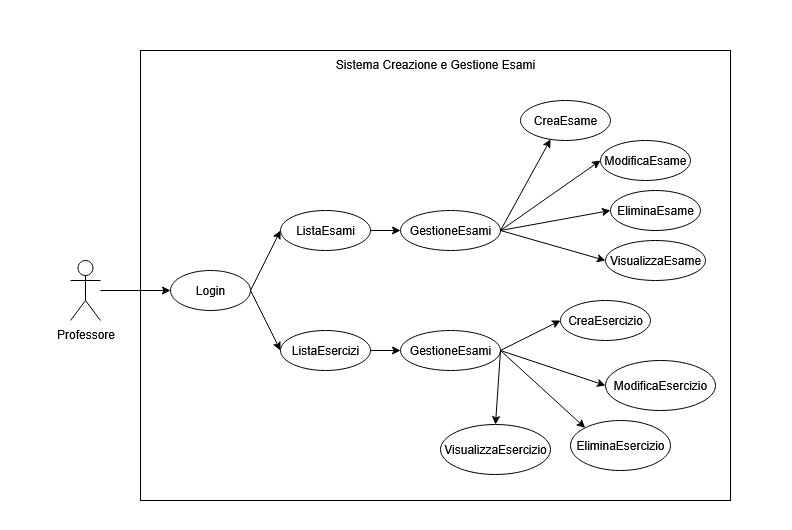
Above: Documentazione/Diagrammi/Diagramma dei casi d'uso/Diagramma_Casi_D'uso.drawio.png in MarcoFrontini/Progetto_IdS_2024-2025 (draw.io), before the change. Source tidied: cells renumbered, new cells last; positions are measured from the earlier drawing's top-left corner, leaving out a move shared by most shapes. The source it was exported from:
```xml
<mxGraphModel>
  <root>
    <mxCell id="0" />
    <mxCell id="1" parent="0" />
    <mxCell id="2" style="rounded=0;whiteSpace=wrap;html=1;strokeColor=none;" parent="1" vertex="1">
      <mxGeometry width="792" height="530" as="geometry" />
    </mxCell>
    <mxCell id="3" value="Sistema Creazione e Gestione Esami" style="rounded=0;whiteSpace=wrap;html=1;verticalAlign=top;" parent="1" vertex="1">
      <mxGeometry x="140" y="50" width="590" height="450" as="geometry" />
    </mxCell>
    <mxCell id="4" style="edgeStyle=orthogonalEdgeStyle;rounded=0;jettySize=auto;html=1;" parent="1" edge="1" source="5" target="6">
      <mxGeometry relative="1" as="geometry" />
    </mxCell>
    <mxCell id="5" value="Professore" style="shape=umlActor;verticalLabelPosition=bottom;verticalAlign=top;html=1;outlineConnect=0;" parent="1" vertex="1">
      <mxGeometry x="70" y="260" width="30" height="60" as="geometry" />
    </mxCell>
    <mxCell id="6" value="&lt;div align=&quot;center&quot;&gt;Login&lt;/div&gt;" style="ellipse;whiteSpace=wrap;html=1;verticalAlign=middle;align=center;" parent="1" vertex="1">
      <mxGeometry x="170" y="270" width="80" height="40" as="geometry" />
    </mxCell>
    <mxCell id="7" value="ListaEsami" style="ellipse;whiteSpace=wrap;html=1;" parent="1" vertex="1">
      <mxGeometry x="280" y="210" width="90" height="40" as="geometry" />
    </mxCell>
    <mxCell id="8" style="endArrow=classic;html=1;rounded=0;entryX=0;entryY=0.5;entryDx=0;entryDy=0;exitX=1;exitY=0.5;exitDx=0;exitDy=0;" parent="1" edge="1" source="6" target="7">
      <mxGeometry relative="1" as="geometry" />
    </mxCell>
    <mxCell id="9" style="endArrow=classic;html=1;rounded=0;entryX=0;entryY=0.5;entryDx=0;entryDy=0;exitX=1;exitY=0.5;exitDx=0;exitDy=0;" parent="1" edge="1" source="6" target="10">
      <mxGeometry relative="1" as="geometry" />
    </mxCell>
    <mxCell id="10" value="ListaEsercizi" style="ellipse;whiteSpace=wrap;html=1;" parent="1" vertex="1">
      <mxGeometry x="280" y="330" width="90" height="40" as="geometry" />
    </mxCell>
    <mxCell id="11" value="GestioneEsami" style="ellipse;whiteSpace=wrap;html=1;" parent="1" vertex="1">
      <mxGeometry x="400" y="210" width="100" height="40" as="geometry" />
    </mxCell>
    <mxCell id="12" style="endArrow=classic;html=1;rounded=0;entryX=0;entryY=0.5;entryDx=0;entryDy=0;exitX=1;exitY=0.5;exitDx=0;exitDy=0;" parent="1" edge="1" source="7" target="11">
      <mxGeometry relative="1" as="geometry" />
    </mxCell>
    <mxCell id="13" value="GestioneEsami" style="ellipse;whiteSpace=wrap;html=1;" parent="1" vertex="1">
      <mxGeometry x="400" y="330" width="100" height="40" as="geometry" />
    </mxCell>
    <mxCell id="14" style="endArrow=classic;html=1;rounded=0;entryX=0;entryY=0.5;entryDx=0;entryDy=0;exitX=1;exitY=0.5;exitDx=0;exitDy=0;" parent="1" edge="1" source="10" target="13">
      <mxGeometry relative="1" as="geometry" />
    </mxCell>
    <mxCell id="15" style="endArrow=classic;html=1;rounded=0;entryX=0.334;entryY=0.97;entryDx=0;entryDy=0;entryPerimeter=0;" parent="1" edge="1" target="21">
      <mxGeometry relative="1" as="geometry">
        <mxPoint x="500" y="230" as="sourcePoint" />
      </mxGeometry>
    </mxCell>
    <mxCell id="16" style="endArrow=classic;html=1;rounded=0;entryX=0;entryY=0.5;entryDx=0;entryDy=0;" parent="1" edge="1" target="23">
      <mxGeometry relative="1" as="geometry">
        <mxPoint x="500" y="230" as="sourcePoint" />
      </mxGeometry>
    </mxCell>
    <mxCell id="17" style="endArrow=classic;html=1;rounded=0;exitX=1;exitY=0.5;exitDx=0;exitDy=0;entryX=0;entryY=0.5;entryDx=0;entryDy=0;" parent="1" edge="1" source="11" target="22">
      <mxGeometry relative="1" as="geometry" />
    </mxCell>
    <mxCell id="18" style="endArrow=classic;html=1;rounded=0;exitX=1;exitY=0.5;exitDx=0;exitDy=0;entryX=0;entryY=0;entryDx=0;entryDy=0;" parent="1" edge="1" source="13" target="28">
      <mxGeometry relative="1" as="geometry" />
    </mxCell>
    <mxCell id="19" style="endArrow=classic;html=1;rounded=0;exitX=1;exitY=0.5;exitDx=0;exitDy=0;entryX=0;entryY=0.5;entryDx=0;entryDy=0;" parent="1" edge="1" source="13" target="29">
      <mxGeometry relative="1" as="geometry" />
    </mxCell>
    <mxCell id="20" style="endArrow=classic;html=1;rounded=0;exitX=1;exitY=0.5;exitDx=0;exitDy=0;entryX=0;entryY=0.5;entryDx=0;entryDy=0;" parent="1" edge="1" source="13" target="27">
      <mxGeometry relative="1" as="geometry" />
    </mxCell>
    <mxCell id="21" value="CreaEsame" style="ellipse;whiteSpace=wrap;html=1;" parent="1" vertex="1">
      <mxGeometry x="520" y="100" width="90" height="40" as="geometry" />
    </mxCell>
    <mxCell id="22" value="EliminaEsame" style="ellipse;whiteSpace=wrap;html=1;" parent="1" vertex="1">
      <mxGeometry x="610" y="190" width="90" height="40" as="geometry" />
    </mxCell>
    <mxCell id="23" value="ModificaEsame" style="ellipse;whiteSpace=wrap;html=1;" parent="1" vertex="1">
      <mxGeometry x="600" y="140" width="90" height="40" as="geometry" />
    </mxCell>
    <mxCell id="24" value="VisualizzaEsame" style="ellipse;whiteSpace=wrap;html=1;" parent="1" vertex="1">
      <mxGeometry x="605" y="240" width="100" height="40" as="geometry" />
    </mxCell>
    <mxCell id="25" style="endArrow=classic;html=1;rounded=0;exitX=1;exitY=0.5;exitDx=0;exitDy=0;entryX=0.5;entryY=0;entryDx=0;entryDy=0;" parent="1" edge="1" source="13" target="30">
      <mxGeometry relative="1" as="geometry" />
    </mxCell>
    <mxCell id="26" style="endArrow=classic;html=1;rounded=0;entryX=0;entryY=0.5;entryDx=0;entryDy=0;" parent="1" edge="1" target="24">
      <mxGeometry relative="1" as="geometry">
        <mxPoint x="500" y="230" as="sourcePoint" />
      </mxGeometry>
    </mxCell>
    <mxCell id="27" value="CreaEsercizio" style="ellipse;whiteSpace=wrap;html=1;" parent="1" vertex="1">
      <mxGeometry x="560" y="300" width="90" height="40" as="geometry" />
    </mxCell>
    <mxCell id="28" value="EliminaEsercizio" style="ellipse;whiteSpace=wrap;html=1;" parent="1" vertex="1">
      <mxGeometry x="570" y="420" width="100" height="50" as="geometry" />
    </mxCell>
    <mxCell id="29" value="ModificaEsercizio" style="ellipse;whiteSpace=wrap;html=1;" parent="1" vertex="1">
      <mxGeometry x="605" y="360" width="110" height="50" as="geometry" />
    </mxCell>
    <mxCell id="30" value="VisualizzaEsercizio" style="ellipse;whiteSpace=wrap;html=1;" parent="1" vertex="1">
      <mxGeometry x="440" y="424" width="110" height="50" as="geometry" />
    </mxCell>
  </root>
</mxGraphModel>
```
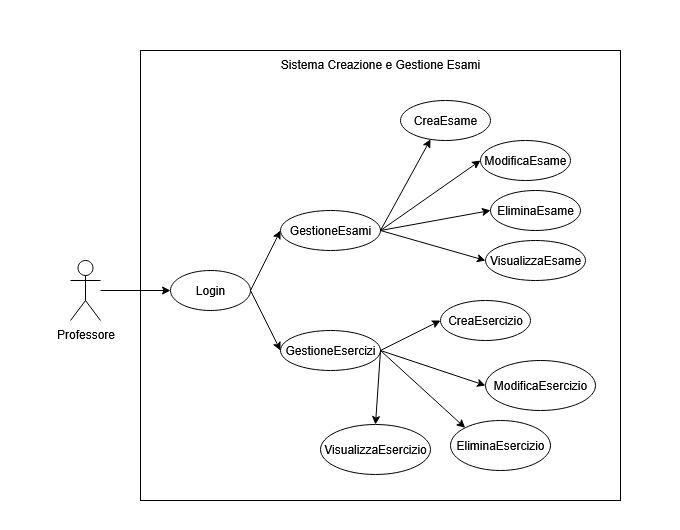
The same file after the commit.

Commit message:
Update Use Case

The edit, as a diff of the source:
```diff
@@ -3,44 +3,36 @@
     <mxCell id="0" />
     <mxCell id="1" parent="0" />
     <mxCell id="2" style="rounded=0;whiteSpace=wrap;html=1;strokeColor=none;" parent="1" vertex="1">
-      <mxGeometry width="792" height="530" as="geometry" />
+      <mxGeometry x="120" width="680" height="530" as="geometry" />
     </mxCell>
     <mxCell id="3" value="Sistema Creazione e Gestione Esami" style="rounded=0;whiteSpace=wrap;html=1;verticalAlign=top;" parent="1" vertex="1">
-      <mxGeometry x="140" y="50" width="590" height="450" as="geometry" />
+      <mxGeometry x="260" y="50" width="480" height="450" as="geometry" />
     </mxCell>
     <mxCell id="4" style="edgeStyle=orthogonalEdgeStyle;rounded=0;jettySize=auto;html=1;" parent="1" edge="1" source="5" target="6">
       <mxGeometry relative="1" as="geometry" />
     </mxCell>
     <mxCell id="5" value="Professore" style="shape=umlActor;verticalLabelPosition=bottom;verticalAlign=top;html=1;outlineConnect=0;" parent="1" vertex="1">
-      <mxGeometry x="70" y="260" width="30" height="60" as="geometry" />
+      <mxGeometry x="190" y="260" width="30" height="60" as="geometry" />
     </mxCell>
     <mxCell id="6" value="&lt;div align=&quot;center&quot;&gt;Login&lt;/div&gt;" style="ellipse;whiteSpace=wrap;html=1;verticalAlign=middle;align=center;" parent="1" vertex="1">
-      <mxGeometry x="170" y="270" width="80" height="40" as="geometry" />
+      <mxGeometry x="290" y="270" width="80" height="40" as="geometry" />
     </mxCell>
-    <mxCell id="7" value="ListaEsami" style="ellipse;whiteSpace=wrap;html=1;" parent="1" vertex="1">
-      <mxGeometry x="280" y="210" width="90" height="40" as="geometry" />
-    </mxCell>
-    <mxCell id="8" style="endArrow=classic;html=1;rounded=0;entryX=0;entryY=0.5;entryDx=0;entryDy=0;exitX=1;exitY=0.5;exitDx=0;exitDy=0;" parent="1" edge="1" source="6" target="7">
-      <mxGeometry relative="1" as="geometry" />
+    <mxCell id="8" style="endArrow=classic;html=1;rounded=0;entryX=0;entryY=0.5;entryDx=0;entryDy=0;exitX=1;exitY=0.5;exitDx=0;exitDy=0;" parent="1" edge="1" source="6">
+      <mxGeometry relative="1" as="geometry">
+        <mxPoint x="400" y="230" as="targetPoint" />
+      </mxGeometry>
     </mxCell>
-    <mxCell id="9" style="endArrow=classic;html=1;rounded=0;entryX=0;entryY=0.5;entryDx=0;entryDy=0;exitX=1;exitY=0.5;exitDx=0;exitDy=0;" parent="1" edge="1" source="6" target="10">
-      <mxGeometry relative="1" as="geometry" />
+    <mxCell id="9" style="endArrow=classic;html=1;rounded=0;entryX=0;entryY=0.5;entryDx=0;entryDy=0;exitX=1;exitY=0.5;exitDx=0;exitDy=0;" parent="1" edge="1" source="6">
+      <mxGeometry relative="1" as="geometry">
+        <mxPoint x="400" y="350" as="targetPoint" />
+      </mxGeometry>
     </mxCell>
-    <mxCell id="10" value="ListaEsercizi" style="ellipse;whiteSpace=wrap;html=1;" parent="1" vertex="1">
-      <mxGeometry x="280" y="330" width="90" height="40" as="geometry" />
-    </mxCell>
     <mxCell id="11" value="GestioneEsami" style="ellipse;whiteSpace=wrap;html=1;" parent="1" vertex="1">
       <mxGeometry x="400" y="210" width="100" height="40" as="geometry" />
     </mxCell>
-    <mxCell id="12" style="endArrow=classic;html=1;rounded=0;entryX=0;entryY=0.5;entryDx=0;entryDy=0;exitX=1;exitY=0.5;exitDx=0;exitDy=0;" parent="1" edge="1" source="7" target="11">
-      <mxGeometry relative="1" as="geometry" />
-    </mxCell>
-    <mxCell id="13" value="GestioneEsami" style="ellipse;whiteSpace=wrap;html=1;" parent="1" vertex="1">
+    <mxCell id="13" value="GestioneEsercizi" style="ellipse;whiteSpace=wrap;html=1;" parent="1" vertex="1">
       <mxGeometry x="400" y="330" width="100" height="40" as="geometry" />
     </mxCell>
-    <mxCell id="14" style="endArrow=classic;html=1;rounded=0;entryX=0;entryY=0.5;entryDx=0;entryDy=0;exitX=1;exitY=0.5;exitDx=0;exitDy=0;" parent="1" edge="1" source="10" target="13">
-      <mxGeometry relative="1" as="geometry" />
-    </mxCell>
     <mxCell id="15" style="endArrow=classic;html=1;rounded=0;entryX=0.334;entryY=0.97;entryDx=0;entryDy=0;entryPerimeter=0;" parent="1" edge="1" target="21">
       <mxGeometry relative="1" as="geometry">
         <mxPoint x="500" y="230" as="sourcePoint" />
```
